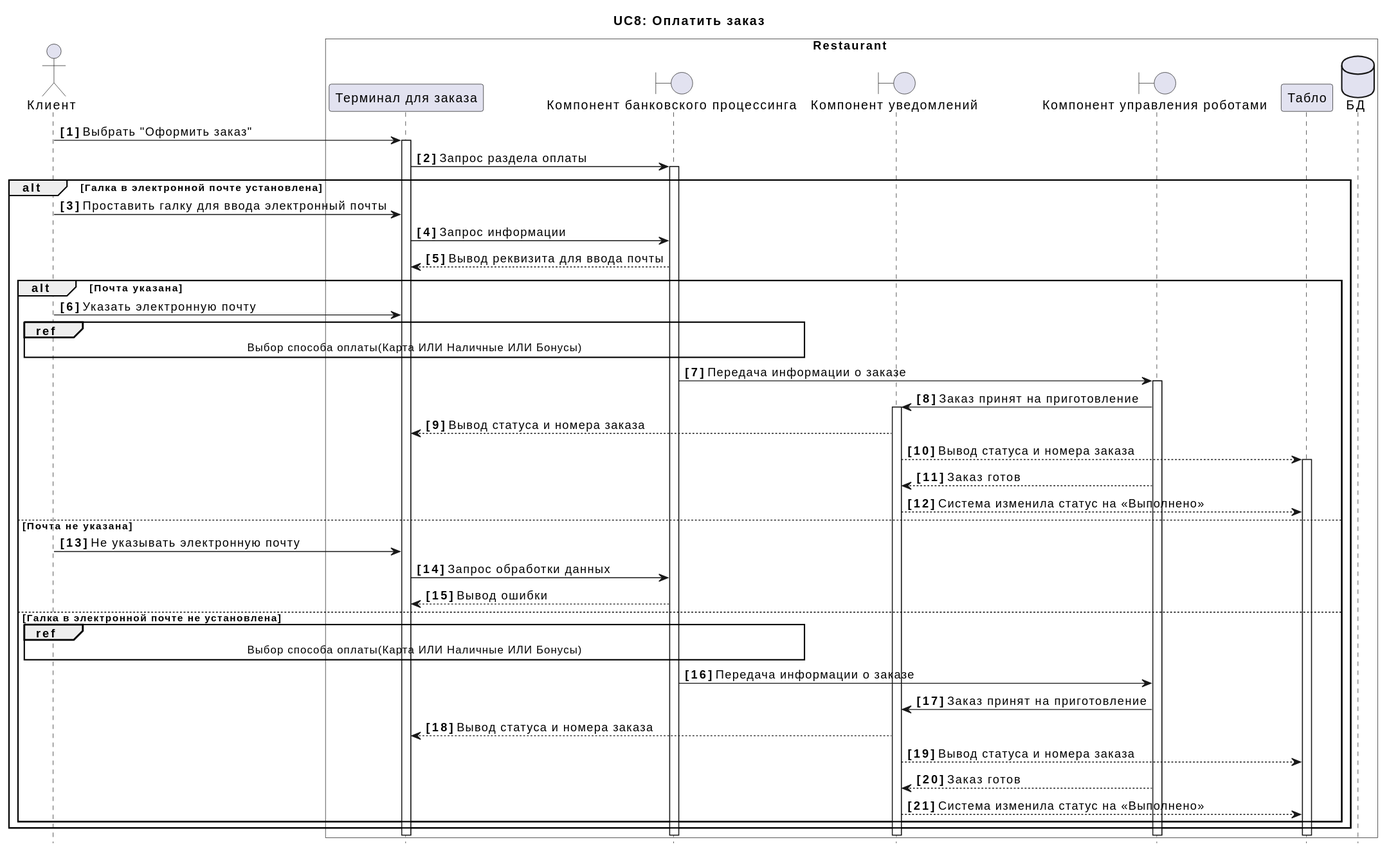
Earlier version of the PlantUML export docs/diagrams/include/UC8.svg (xxx996/OTUS_Restaraunt). The source it was exported from:
```plantuml
@startuml
actor "Клиент" as C

title UC8: Оплатить заказ
box Restaurant #Transparent
participant  "Терминал для заказа" as A
boundary "Компонент банковского процессинга" as B
boundary "Компонент уведомлений" as U
boundary "Компонент управления роботами" as R
participant "Табло" as D
dataBase "БД" as DB
end box
hide footbox
autonumber "<b>[0]"
C -> A++:  Выбрать "Оформить заказ"

A -> B++:  Запрос раздела оплаты

alt Галка в электронной почте установлена

C -> A:  Проставить галку для ввода электронный почты
A -> B:  Запрос информации
A <-- B:  Вывод реквизита для ввода почты


alt Почта указана

C -> A:  Указать электронную почту

ref over C, B:  Выбор способа оплаты(Карта ИЛИ Наличные ИЛИ Бонусы)

B -> R++:  Передача информации о заказе
R -> U++:  Заказ принят на приготовление
U --> A:  Вывод статуса и номера заказа
U --> D++:  Вывод статуса и номера заказа
R --> U:  Заказ готов
U --> D: Система изменила статус на «Выполнено»



else Почта не указана

C -> A: Не указывать электронную почту
A -> B:  Запрос обработки данных
A <-- B:  Вывод ошибки



else Галка в электронной почте не установлена

ref over C, B:  Выбор способа оплаты(Карта ИЛИ Наличные ИЛИ Бонусы)

B -> R:  Передача информации о заказе
R -> U:  Заказ принят на приготовление
U --> A:  Вывод статуса и номера заказа
U --> D:  Вывод статуса и номера заказа
R --> U:  Заказ готов
U --> D: Система изменила статус на «Выполнено»



end
end
@enduml
```
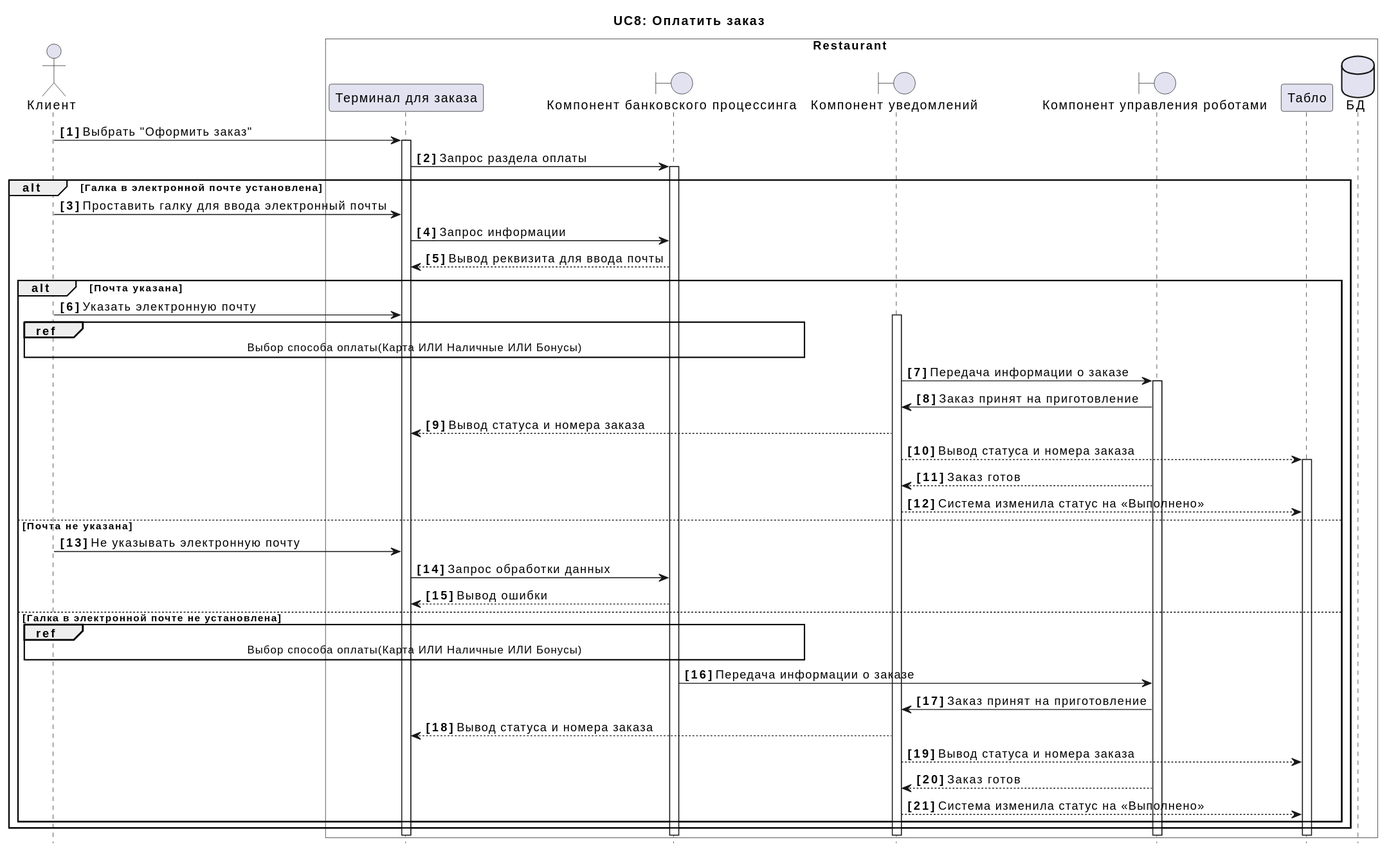
After the commit.

Diff of the diagram source:
```diff
@@ -28,9 +28,9 @@
 C -> A:  Указать электронную почту
 
 ref over C, B:  Выбор способа оплаты(Карта ИЛИ Наличные ИЛИ Бонусы)
-
-B -> R++:  Передача информации о заказе
-R -> U++:  Заказ принят на приготовление
+U++
+U -> R++:  Передача информации о заказе
+R -> U:  Заказ принят на приготовление
 U --> A:  Вывод статуса и номера заказа
 U --> D++:  Вывод статуса и номера заказа
 R --> U:  Заказ готов
```
